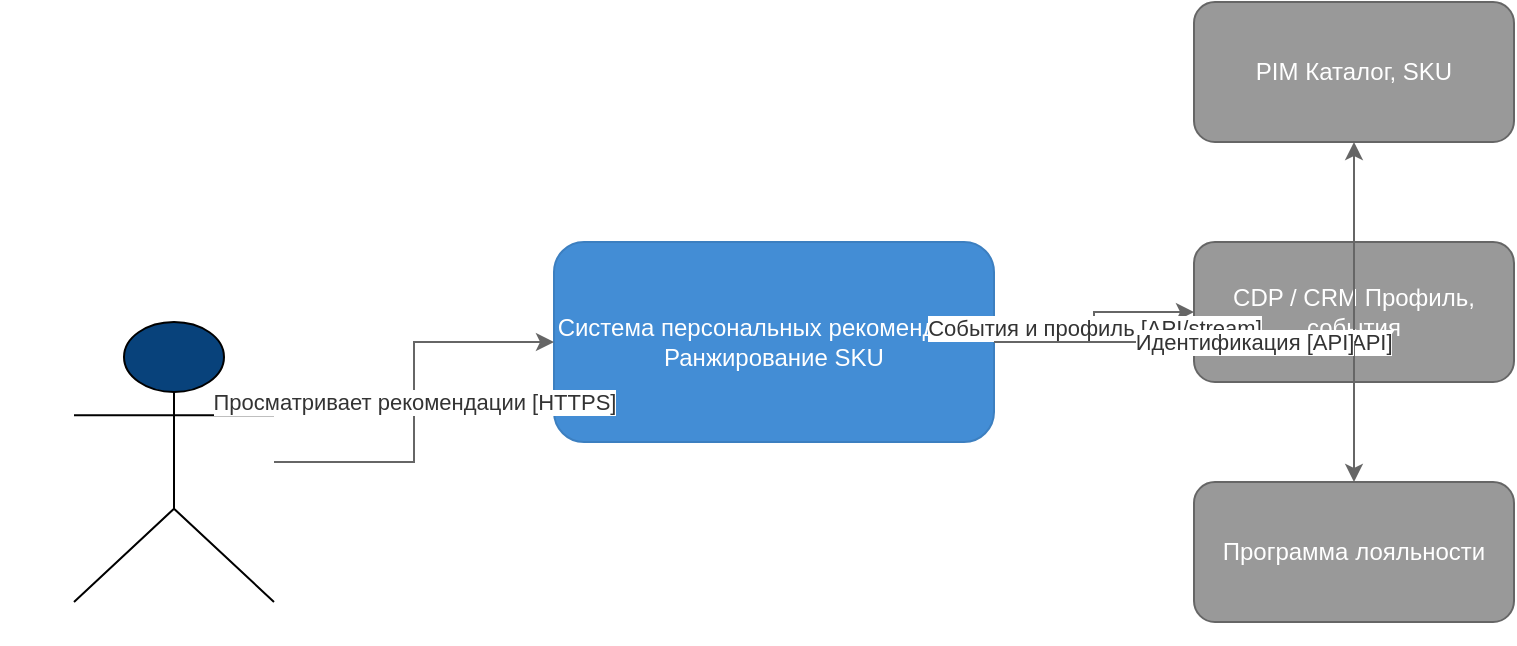
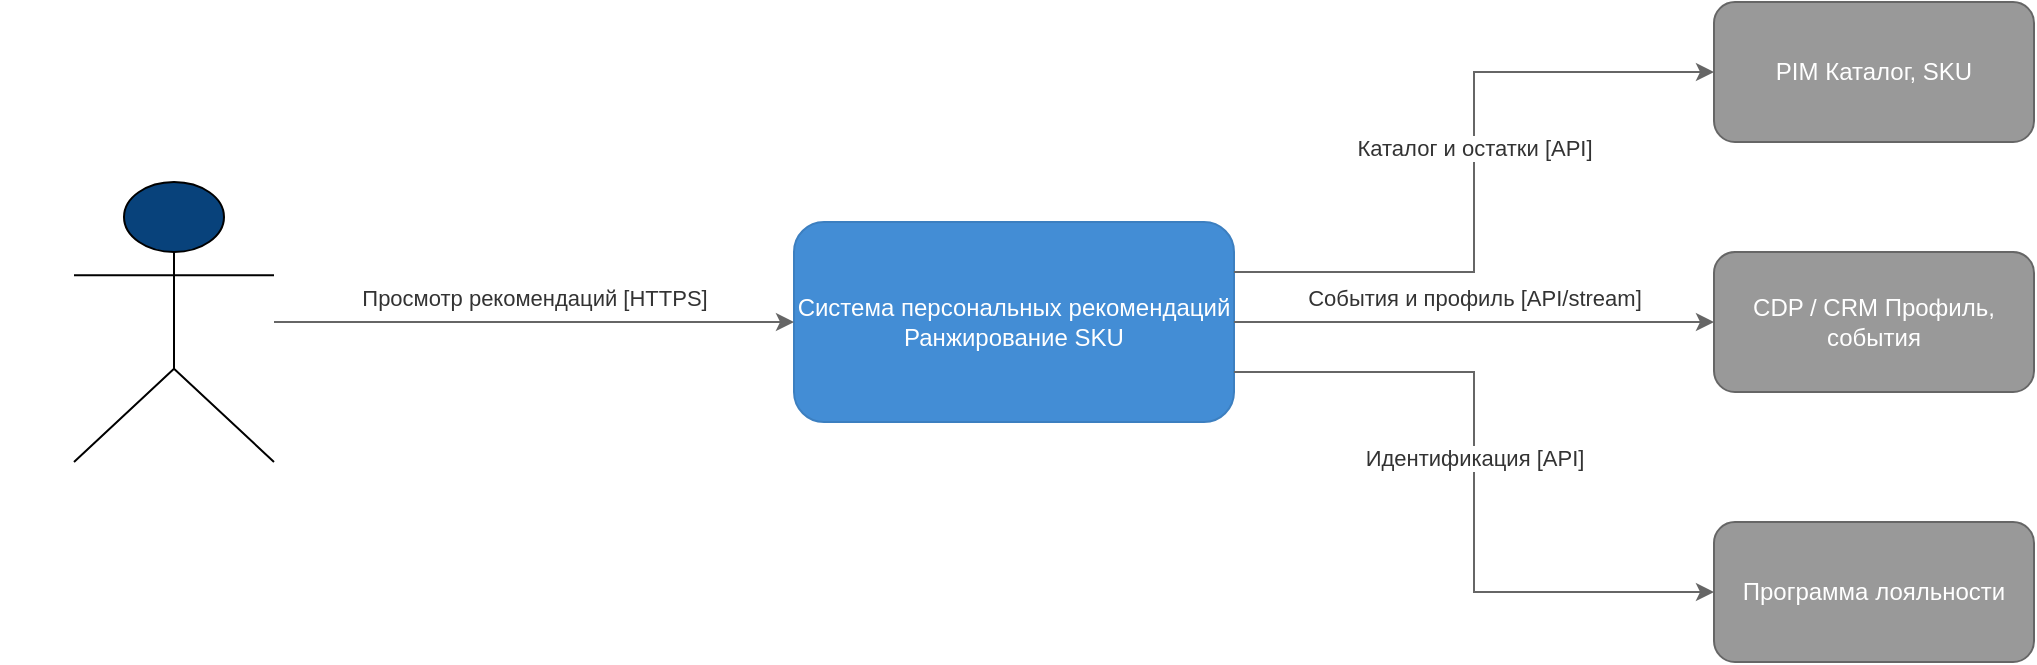
- <mxfile host="app.diagrams.net" agent="hw-2-generator-js" version="22.1.0">
-   <diagram name="C1 Context" id="3b18fdd6-9904-4726-807e-89c60e902b66">
-     <mxGraphModel dx="1200" dy="800" grid="1" gridSize="10" guides="1" tooltips="1"
-       connect="1" arrows="1" fold="1" page="1" pageScale="1"
-       pageWidth="1400" pageHeight="900" math="0" shadow="0">
-       <root>
-         <mxCell id="0"/>
-         <mxCell id="1" parent="0"/>
-         <mxCell id="2" value="Покупатель&amp;#10;Сайт / приложение" style="shape=umlActor;verticalLabelPosition=bottom;verticalAlign=top;html=1;outlineConnect=0;fillColor=#08427B;fontColor=#ffffff;" vertex="1" parent="1">
-           <mxGeometry x="80" y="280" width="100" height="140" as="geometry"/>
-         </mxCell>
-         <mxCell id="3" value="Система персональных&amp;#10;рекомендаций&amp;#10;Ранжирование SKU" style="rounded=1;whiteSpace=wrap;html=1;fillColor=#438DD5;strokeColor=#3C7FC0;fontColor=#ffffff;align=center;" vertex="1" parent="1">
-           <mxGeometry x="320" y="240" width="220" height="100" as="geometry"/>
-         </mxCell>
-         <mxCell id="4" value="PIM&amp;#10;Каталог, SKU" style="rounded=1;whiteSpace=wrap;html=1;fillColor=#999999;strokeColor=#666666;fontColor=#ffffff;align=center;" vertex="1" parent="1">
-           <mxGeometry x="640" y="120" width="160" height="70" as="geometry"/>
-         </mxCell>
-         <mxCell id="5" value="CDP / CRM&amp;#10;Профиль, события" style="rounded=1;whiteSpace=wrap;html=1;fillColor=#999999;strokeColor=#666666;fontColor=#ffffff;align=center;" vertex="1" parent="1">
-           <mxGeometry x="640" y="240" width="160" height="70" as="geometry"/>
-         </mxCell>
-         <mxCell id="6" value="Программа лояльности" style="rounded=1;whiteSpace=wrap;html=1;fillColor=#999999;strokeColor=#666666;fontColor=#ffffff;align=center;" vertex="1" parent="1">
-           <mxGeometry x="640" y="360" width="160" height="70" as="geometry"/>
-         </mxCell>
-         <mxCell id="7" value="Просматривает рекомендации [HTTPS]" style="edgeStyle=orthogonalEdgeStyle;rounded=0;orthogonalLoop=1;jettySize=auto;html=1;strokeColor=#666666;fontColor=#333333;" edge="1" parent="1" source="2" target="3">
-           <mxGeometry relative="1" as="geometry"/>
-         </mxCell>
-         <mxCell id="8" value="Каталог и остатки [API]" style="edgeStyle=orthogonalEdgeStyle;rounded=0;orthogonalLoop=1;jettySize=auto;html=1;strokeColor=#666666;fontColor=#333333;" edge="1" parent="1" source="3" target="4">
-           <mxGeometry relative="1" as="geometry"/>
-         </mxCell>
-         <mxCell id="9" value="События и профиль [API/stream]" style="edgeStyle=orthogonalEdgeStyle;rounded=0;orthogonalLoop=1;jettySize=auto;html=1;strokeColor=#666666;fontColor=#333333;" edge="1" parent="1" source="3" target="5">
-           <mxGeometry relative="1" as="geometry"/>
-         </mxCell>
-         <mxCell id="10" value="Идентификация [API]" style="edgeStyle=orthogonalEdgeStyle;rounded=0;orthogonalLoop=1;jettySize=auto;html=1;strokeColor=#666666;fontColor=#333333;" edge="1" parent="1" source="3" target="6">
-           <mxGeometry relative="1" as="geometry"/>
-         </mxCell>
-       </root>
-     </mxGraphModel>
-   </diagram>
- </mxfile>
+ <mxfile host="65bd71144e">
+     <diagram name="C1 Context" id="272d558c-957f-4efc-b157-de9db47d9e6f">
+         <mxGraphModel dx="972" dy="542" grid="1" gridSize="10" guides="1" tooltips="1" connect="1" arrows="1" fold="1" page="1" pageScale="1" pageWidth="1060" pageHeight="520" math="0" shadow="0">
+             <root>
+                 <mxCell id="0"/>
+                 <mxCell id="1" parent="0"/>
+                 <mxCell id="2" value="Покупатель&amp;#10;Сайт / приложение" style="shape=umlActor;verticalLabelPosition=bottom;verticalAlign=top;html=1;outlineConnect=0;fillColor=#08427B;fontColor=#ffffff;" parent="1" vertex="1">
+                     <mxGeometry x="40" y="200" width="100" height="140" as="geometry"/>
+                 </mxCell>
+                 <mxCell id="3" value="Система персональных&amp;#10;рекомендаций&amp;#10;Ранжирование SKU" style="rounded=1;whiteSpace=wrap;html=1;fillColor=#438DD5;strokeColor=#3C7FC0;fontColor=#ffffff;align=center;" parent="1" vertex="1">
+                     <mxGeometry x="400" y="220" width="220" height="100" as="geometry"/>
+                 </mxCell>
+                 <mxCell id="4" value="PIM&amp;#10;Каталог, SKU" style="rounded=1;whiteSpace=wrap;html=1;fillColor=#999999;strokeColor=#666666;fontColor=#ffffff;align=center;" parent="1" vertex="1">
+                     <mxGeometry x="860" y="110" width="160" height="70" as="geometry"/>
+                 </mxCell>
+                 <mxCell id="5" value="CDP / CRM&amp;#10;Профиль, события" style="rounded=1;whiteSpace=wrap;html=1;fillColor=#999999;strokeColor=#666666;fontColor=#ffffff;align=center;" parent="1" vertex="1">
+                     <mxGeometry x="860" y="235" width="160" height="70" as="geometry"/>
+                 </mxCell>
+                 <mxCell id="6" value="Программа лояльности" style="rounded=1;whiteSpace=wrap;html=1;fillColor=#999999;strokeColor=#666666;fontColor=#ffffff;align=center;" parent="1" vertex="1">
+                     <mxGeometry x="860" y="370" width="160" height="70" as="geometry"/>
+                 </mxCell>
+                 <mxCell id="7" value="Просмотр рекомендаций [HTTPS]" style="edgeStyle=orthogonalEdgeStyle;rounded=0;orthogonalLoop=1;jettySize=auto;html=1;strokeColor=#666666;fontColor=#333333;labelBackgroundColor=#ffffff;exitX=1;exitY=0.5;exitDx=0;exitDy=0;entryX=0;entryY=0.5;entryDx=0;entryDy=0;" parent="1" source="2" target="3" edge="1">
+                     <mxGeometry relative="1" as="geometry">
+                         <mxPoint y="-12" as="offset"/>
+                     </mxGeometry>
+                 </mxCell>
+                 <mxCell id="8" value="Каталог и остатки [API]" style="edgeStyle=orthogonalEdgeStyle;rounded=0;orthogonalLoop=1;jettySize=auto;html=1;strokeColor=#666666;fontColor=#333333;labelBackgroundColor=#ffffff;exitX=1;exitY=0.25;exitDx=0;exitDy=0;entryX=0;entryY=0.5;entryDx=0;entryDy=0;" parent="1" source="3" target="4" edge="1">
+                     <mxGeometry relative="1" as="geometry">
+                         <Array as="points">
+                             <mxPoint x="740" y="145"/>
+                         </Array>
+                         <mxPoint y="-12" as="offset"/>
+                     </mxGeometry>
+                 </mxCell>
+                 <mxCell id="9" value="События и профиль [API/stream]" style="edgeStyle=orthogonalEdgeStyle;rounded=0;orthogonalLoop=1;jettySize=auto;html=1;strokeColor=#666666;fontColor=#333333;labelBackgroundColor=#ffffff;exitX=1;exitY=0.5;exitDx=0;exitDy=0;entryX=0;entryY=0.5;entryDx=0;entryDy=0;" parent="1" source="3" target="5" edge="1">
+                     <mxGeometry relative="1" as="geometry">
+                         <mxPoint y="-12" as="offset"/>
+                     </mxGeometry>
+                 </mxCell>
+                 <mxCell id="10" value="Идентификация [API]" style="edgeStyle=orthogonalEdgeStyle;rounded=0;orthogonalLoop=1;jettySize=auto;html=1;strokeColor=#666666;fontColor=#333333;labelBackgroundColor=#ffffff;exitX=1;exitY=0.75;exitDx=0;exitDy=0;entryX=0;entryY=0.5;entryDx=0;entryDy=0;" parent="1" source="3" target="6" edge="1">
+                     <mxGeometry relative="1" as="geometry">
+                         <Array as="points">
+                             <mxPoint x="740" y="405"/>
+                         </Array>
+                         <mxPoint y="-12" as="offset"/>
+                     </mxGeometry>
+                 </mxCell>
+             </root>
+         </mxGraphModel>
+     </diagram>
+ </mxfile>